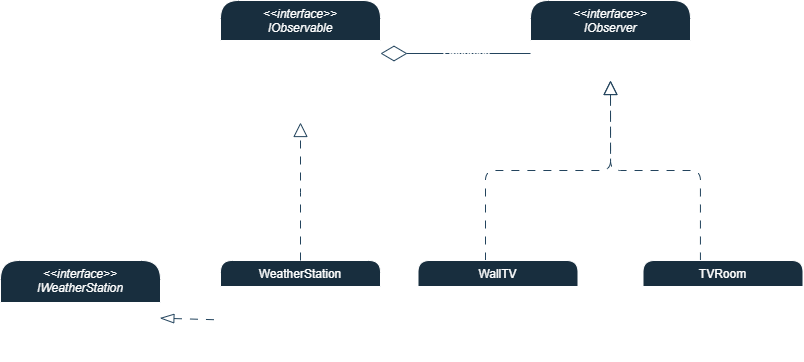
The draw.io diagram behavioral-patterns/observer/ObserverPattern.drawio.png in alipayan/Standard-Design-Patterns, before a commit. Source tidied: cells renumbered, new cells last; positions are measured from the earlier drawing's top-left corner, leaving out a move shared by most shapes.
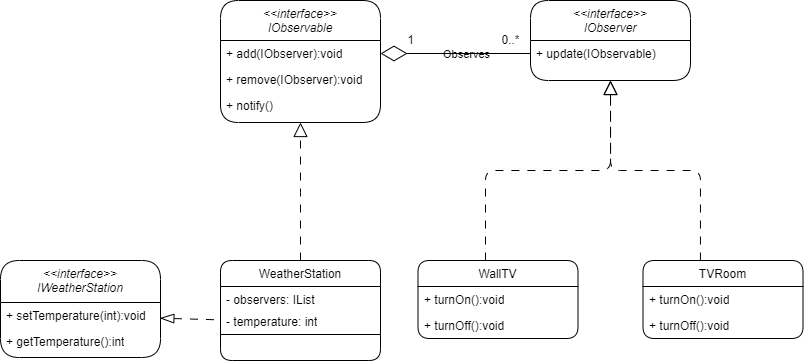
Above is the later version.

Diff of the diagram source:
```diff
@@ -2,7 +2,7 @@
   <root>
     <mxCell id="0" />
     <mxCell id="1" parent="0" />
-    <mxCell id="2" style="edgeStyle=orthogonalEdgeStyle;rounded=1;jettySize=auto;html=1;endArrow=block;endFill=0;curved=0;endSize=12;dashed=1;dashPattern=8 8;exitX=0.359;exitY=0;exitDx=0;exitDy=0;exitPerimeter=0;labelBackgroundColor=none;strokeColor=#23445D;fontColor=default;" parent="1" edge="1" source="3">
+    <mxCell id="2" style="edgeStyle=orthogonalEdgeStyle;rounded=1;jettySize=auto;html=1;endArrow=block;endFill=0;curved=0;endSize=12;dashed=1;dashPattern=8 8;exitX=0.359;exitY=0;exitDx=0;exitDy=0;exitPerimeter=0;labelBackgroundColor=none;fontColor=default;" parent="1" edge="1" source="3">
       <mxGeometry relative="1" as="geometry">
         <mxPoint x="610" y="80" as="targetPoint" />
         <Array as="points">
@@ -11,61 +11,61 @@
         </Array>
       </mxGeometry>
     </mxCell>
-    <mxCell id="3" value="TVRoom" style="swimlane;fontStyle=0;align=center;verticalAlign=top;horizontal=1;startSize=26;rounded=1;shadow=0;strokeWidth=1;labelBackgroundColor=none;fillColor=#182E3E;strokeColor=#FFFFFF;fontColor=#FFFFFF;" parent="1" vertex="1">
+    <mxCell id="3" value="TVRoom" style="swimlane;fontStyle=0;align=center;verticalAlign=top;horizontal=1;startSize=26;rounded=1;shadow=0;strokeWidth=1;labelBackgroundColor=none;" parent="1" vertex="1">
       <mxGeometry x="642.5" y="260" width="160" height="78" as="geometry" />
     </mxCell>
-    <mxCell id="4" value="+ turnOn():void" style="text;strokeColor=none;fillColor=none;align=left;verticalAlign=top;spacingLeft=4;spacingRight=4;overflow=hidden;whiteSpace=wrap;html=1;rounded=1;labelBackgroundColor=none;fontColor=#FFFFFF;" parent="3" vertex="1">
+    <mxCell id="4" value="+ turnOn():void" style="text;strokeColor=none;fillColor=none;align=left;verticalAlign=top;spacingLeft=4;spacingRight=4;overflow=hidden;whiteSpace=wrap;html=1;rounded=1;labelBackgroundColor=none;" parent="3" vertex="1">
       <mxGeometry y="26" width="160" height="26" as="geometry" />
     </mxCell>
-    <mxCell id="5" value="+ turnOff():void" style="text;strokeColor=none;fillColor=none;align=left;verticalAlign=top;spacingLeft=4;spacingRight=4;overflow=hidden;whiteSpace=wrap;html=1;rounded=1;labelBackgroundColor=none;fontColor=#FFFFFF;" parent="3" vertex="1">
+    <mxCell id="5" value="+ turnOff():void" style="text;strokeColor=none;fillColor=none;align=left;verticalAlign=top;spacingLeft=4;spacingRight=4;overflow=hidden;whiteSpace=wrap;html=1;rounded=1;labelBackgroundColor=none;" parent="3" vertex="1">
       <mxGeometry y="52" width="160" height="26" as="geometry" />
     </mxCell>
-    <mxCell id="6" value="&lt;&lt;interface&gt;&gt;&#10;IObservable" style="swimlane;fontStyle=2;align=center;verticalAlign=top;horizontal=1;startSize=40;rounded=1;shadow=0;strokeWidth=1;labelBackgroundColor=none;fillColor=#182E3E;strokeColor=#FFFFFF;fontColor=#FFFFFF;" parent="1" vertex="1">
+    <mxCell id="6" value="&lt;&lt;interface&gt;&gt;&#10;IObservable" style="swimlane;fontStyle=2;align=center;verticalAlign=top;horizontal=1;startSize=40;rounded=1;shadow=0;strokeWidth=1;labelBackgroundColor=none;" parent="1" vertex="1">
       <mxGeometry x="220" width="160" height="122" as="geometry" />
     </mxCell>
-    <mxCell id="7" value="+ add(IObserver):void&lt;div&gt;&lt;br&gt;&lt;/div&gt;&lt;div&gt;&lt;br&gt;&lt;/div&gt;" style="text;strokeColor=none;fillColor=none;align=left;verticalAlign=top;spacingLeft=4;spacingRight=4;overflow=hidden;points=[[0,0.5],[1,0.5]];portConstraint=eastwest;whiteSpace=wrap;html=1;rounded=1;labelBackgroundColor=none;fontColor=#FFFFFF;" parent="6" vertex="1">
+    <mxCell id="7" value="+ add(IObserver):void&lt;div&gt;&lt;br&gt;&lt;/div&gt;&lt;div&gt;&lt;br&gt;&lt;/div&gt;" style="text;strokeColor=none;fillColor=none;align=left;verticalAlign=top;spacingLeft=4;spacingRight=4;overflow=hidden;points=[[0,0.5],[1,0.5]];portConstraint=eastwest;whiteSpace=wrap;html=1;rounded=1;labelBackgroundColor=none;" parent="6" vertex="1">
       <mxGeometry y="40" width="160" height="26" as="geometry" />
     </mxCell>
-    <mxCell id="8" value="+ remove(IObserver):void" style="text;strokeColor=none;fillColor=none;align=left;verticalAlign=top;spacingLeft=4;spacingRight=4;overflow=hidden;whiteSpace=wrap;html=1;rounded=1;labelBackgroundColor=none;fontColor=#FFFFFF;" parent="6" vertex="1">
+    <mxCell id="8" value="+ remove(IObserver):void" style="text;strokeColor=none;fillColor=none;align=left;verticalAlign=top;spacingLeft=4;spacingRight=4;overflow=hidden;whiteSpace=wrap;html=1;rounded=1;labelBackgroundColor=none;" parent="6" vertex="1">
       <mxGeometry y="66" width="160" height="26" as="geometry" />
     </mxCell>
-    <mxCell id="9" value="+ notify()&lt;div&gt;&lt;br&gt;&lt;/div&gt;" style="text;strokeColor=none;fillColor=none;align=left;verticalAlign=top;spacingLeft=4;spacingRight=4;overflow=hidden;whiteSpace=wrap;html=1;rounded=1;labelBackgroundColor=none;fontColor=#FFFFFF;" parent="6" vertex="1">
+    <mxCell id="9" value="+ notify()&lt;div&gt;&lt;br&gt;&lt;/div&gt;" style="text;strokeColor=none;fillColor=none;align=left;verticalAlign=top;spacingLeft=4;spacingRight=4;overflow=hidden;whiteSpace=wrap;html=1;rounded=1;labelBackgroundColor=none;" parent="6" vertex="1">
       <mxGeometry y="92" width="160" height="26" as="geometry" />
     </mxCell>
-    <mxCell id="10" value="WeatherStation" style="swimlane;fontStyle=0;align=center;verticalAlign=top;horizontal=1;startSize=26;rounded=1;shadow=0;strokeWidth=1;labelBackgroundColor=none;fillColor=#182E3E;strokeColor=#FFFFFF;fontColor=#FFFFFF;" parent="1" vertex="1">
+    <mxCell id="10" value="WeatherStation" style="swimlane;fontStyle=0;align=center;verticalAlign=top;horizontal=1;startSize=26;rounded=1;shadow=0;strokeWidth=1;labelBackgroundColor=none;" parent="1" vertex="1">
       <mxGeometry x="220" y="260" width="160" height="100" as="geometry" />
     </mxCell>
-    <mxCell id="11" value="- observers: IList" style="text;strokeColor=none;fillColor=none;align=left;verticalAlign=top;spacingLeft=4;spacingRight=4;overflow=hidden;whiteSpace=wrap;html=1;rounded=1;labelBackgroundColor=none;fontColor=#FFFFFF;" parent="10" vertex="1">
+    <mxCell id="11" value="- observers: IList" style="text;strokeColor=none;fillColor=none;align=left;verticalAlign=top;spacingLeft=4;spacingRight=4;overflow=hidden;whiteSpace=wrap;html=1;rounded=1;labelBackgroundColor=none;" parent="10" vertex="1">
       <mxGeometry y="26" width="160" height="22" as="geometry" />
     </mxCell>
-    <mxCell id="12" value="- temperature: int" style="text;strokeColor=none;fillColor=none;align=left;verticalAlign=top;spacingLeft=4;spacingRight=4;overflow=hidden;whiteSpace=wrap;html=1;rounded=1;labelBackgroundColor=none;fontColor=#FFFFFF;" parent="10" vertex="1">
+    <mxCell id="12" value="- temperature: int" style="text;strokeColor=none;fillColor=none;align=left;verticalAlign=top;spacingLeft=4;spacingRight=4;overflow=hidden;whiteSpace=wrap;html=1;rounded=1;labelBackgroundColor=none;" parent="10" vertex="1">
       <mxGeometry y="48" width="160" height="22" as="geometry" />
     </mxCell>
-    <mxCell id="13" style="line;html=1;strokeWidth=1;align=left;verticalAlign=middle;spacingTop=-1;spacingLeft=3;spacingRight=3;labelPosition=right;rounded=1;labelBackgroundColor=none;fillColor=#182E3E;strokeColor=#FFFFFF;fontColor=#FFFFFF;" parent="10" vertex="1">
+    <mxCell id="13" style="line;html=1;strokeWidth=1;align=left;verticalAlign=middle;spacingTop=-1;spacingLeft=3;spacingRight=3;labelPosition=right;rounded=1;labelBackgroundColor=none;" parent="10" vertex="1">
       <mxGeometry y="70" width="160" height="8" as="geometry" />
     </mxCell>
-    <mxCell id="14" style="endArrow=block;endSize=12;endFill=0;shadow=0;strokeWidth=1;rounded=1;curved=0;edgeStyle=elbowEdgeStyle;elbow=vertical;dashed=1;dashPattern=8 8;labelBackgroundColor=none;strokeColor=#23445D;fontColor=default;" parent="1" edge="1" source="10" target="6">
+    <mxCell id="14" style="endArrow=block;endSize=12;endFill=0;shadow=0;strokeWidth=1;rounded=1;curved=0;edgeStyle=elbowEdgeStyle;elbow=vertical;dashed=1;dashPattern=8 8;labelBackgroundColor=none;fontColor=default;" parent="1" edge="1" source="10" target="6">
       <mxGeometry relative="1" as="geometry" />
     </mxCell>
-    <mxCell id="15" value="&lt;&lt;interface&gt;&gt;&#10;IObserver" style="swimlane;fontStyle=2;align=center;verticalAlign=top;horizontal=1;startSize=40;rounded=1;shadow=0;strokeWidth=1;labelBackgroundColor=none;fillColor=#182E3E;strokeColor=#FFFFFF;fontColor=#FFFFFF;" parent="1" vertex="1">
+    <mxCell id="15" value="&lt;&lt;interface&gt;&gt;&#10;IObserver" style="swimlane;fontStyle=2;align=center;verticalAlign=top;horizontal=1;startSize=40;rounded=1;shadow=0;strokeWidth=1;labelBackgroundColor=none;" parent="1" vertex="1">
       <mxGeometry x="530" width="160" height="80" as="geometry" />
     </mxCell>
-    <mxCell id="16" value="+ update(IObservable)" style="text;strokeColor=none;fillColor=none;align=left;verticalAlign=top;spacingLeft=4;spacingRight=4;overflow=hidden;points=[[0,0.5],[1,0.5]];portConstraint=eastwest;whiteSpace=wrap;html=1;rounded=1;labelBackgroundColor=none;fontColor=#FFFFFF;" parent="15" vertex="1">
+    <mxCell id="16" value="+ update(IObservable)" style="text;strokeColor=none;fillColor=none;align=left;verticalAlign=top;spacingLeft=4;spacingRight=4;overflow=hidden;points=[[0,0.5],[1,0.5]];portConstraint=eastwest;whiteSpace=wrap;html=1;rounded=1;labelBackgroundColor=none;" parent="15" vertex="1">
       <mxGeometry y="40" width="160" height="26" as="geometry" />
     </mxCell>
-    <mxCell id="17" style="endArrow=diamondThin;endFill=0;endSize=24;html=1;rounded=1;curved=0;exitX=0;exitY=0.5;exitDx=0;exitDy=0;verticalAlign=middle;align=center;entryX=1;entryY=0.5;entryDx=0;entryDy=0;labelBackgroundColor=none;strokeColor=#23445D;fontColor=default;" parent="1" edge="1" source="16" target="7">
+    <mxCell id="17" style="endArrow=diamondThin;endFill=0;endSize=24;html=1;rounded=1;curved=0;exitX=0;exitY=0.5;exitDx=0;exitDy=0;verticalAlign=middle;align=center;entryX=1;entryY=0.5;entryDx=0;entryDy=0;labelBackgroundColor=none;fontColor=default;" parent="1" edge="1" source="16" target="7">
       <mxGeometry relative="1" as="geometry" />
     </mxCell>
-    <mxCell id="18" value="Observes" style="edgeLabel;html=1;align=center;verticalAlign=middle;rounded=1;labelBackgroundColor=none;fontColor=#FFFFFF;" parent="17" vertex="1">
+    <mxCell id="18" value="Observes" style="edgeLabel;html=1;align=center;verticalAlign=middle;rounded=1;labelBackgroundColor=none;" parent="17" vertex="1">
       <mxGeometry x="-0.13" relative="1" as="geometry" />
     </mxCell>
-    <mxCell id="19" value="0..*" style="text;html=1;align=center;verticalAlign=middle;strokeColor=none;fillColor=none;rounded=1;labelBackgroundColor=none;fontColor=#FFFFFF;" parent="1" vertex="1">
+    <mxCell id="19" value="0..*" style="text;html=1;align=center;verticalAlign=middle;strokeColor=none;fillColor=none;rounded=1;labelBackgroundColor=none;" parent="1" vertex="1">
       <mxGeometry x="490" y="25" width="40" height="30" as="geometry" />
     </mxCell>
-    <mxCell id="20" value="1" style="text;html=1;align=center;verticalAlign=middle;strokeColor=none;fillColor=none;rounded=1;labelBackgroundColor=none;fontColor=#FFFFFF;" parent="1" vertex="1">
+    <mxCell id="20" value="1" style="text;html=1;align=center;verticalAlign=middle;strokeColor=none;fillColor=none;rounded=1;labelBackgroundColor=none;" parent="1" vertex="1">
       <mxGeometry x="395" y="25" width="30" height="30" as="geometry" />
     </mxCell>
-    <mxCell id="21" style="edgeStyle=orthogonalEdgeStyle;rounded=1;jettySize=auto;html=1;entryX=0.5;entryY=1;entryDx=0;entryDy=0;endArrow=block;endFill=0;endSize=12;curved=0;dashed=1;dashPattern=8 8;labelBackgroundColor=none;strokeColor=#23445D;fontColor=default;" parent="1" edge="1" source="22" target="15">
+    <mxCell id="21" style="edgeStyle=orthogonalEdgeStyle;rounded=1;jettySize=auto;html=1;entryX=0.5;entryY=1;entryDx=0;entryDy=0;endArrow=block;endFill=0;endSize=12;curved=0;dashed=1;dashPattern=8 8;labelBackgroundColor=none;fontColor=default;" parent="1" edge="1" source="22" target="15">
       <mxGeometry relative="1" as="geometry">
         <Array as="points">
           <mxPoint x="485" y="170" />
@@ -73,25 +73,25 @@
         </Array>
       </mxGeometry>
     </mxCell>
-    <mxCell id="22" value="WallTV" style="swimlane;fontStyle=0;align=center;verticalAlign=top;horizontal=1;startSize=26;rounded=1;shadow=0;strokeWidth=1;labelBackgroundColor=none;fillColor=#182E3E;strokeColor=#FFFFFF;fontColor=#FFFFFF;" parent="1" vertex="1">
+    <mxCell id="22" value="WallTV" style="swimlane;fontStyle=0;align=center;verticalAlign=top;horizontal=1;startSize=26;rounded=1;shadow=0;strokeWidth=1;labelBackgroundColor=none;" parent="1" vertex="1">
       <mxGeometry x="417.5" y="260" width="160" height="78" as="geometry" />
     </mxCell>
-    <mxCell id="23" value="+ turnOn():void" style="text;strokeColor=none;fillColor=none;align=left;verticalAlign=top;spacingLeft=4;spacingRight=4;overflow=hidden;whiteSpace=wrap;html=1;rounded=1;labelBackgroundColor=none;fontColor=#FFFFFF;" parent="22" vertex="1">
+    <mxCell id="23" value="+ turnOn():void" style="text;strokeColor=none;fillColor=none;align=left;verticalAlign=top;spacingLeft=4;spacingRight=4;overflow=hidden;whiteSpace=wrap;html=1;rounded=1;labelBackgroundColor=none;" parent="22" vertex="1">
       <mxGeometry y="26" width="160" height="26" as="geometry" />
     </mxCell>
-    <mxCell id="24" value="+ turnOff():void" style="text;strokeColor=none;fillColor=none;align=left;verticalAlign=top;spacingLeft=4;spacingRight=4;overflow=hidden;whiteSpace=wrap;html=1;rounded=1;labelBackgroundColor=none;fontColor=#FFFFFF;" parent="22" vertex="1">
+    <mxCell id="24" value="+ turnOff():void" style="text;strokeColor=none;fillColor=none;align=left;verticalAlign=top;spacingLeft=4;spacingRight=4;overflow=hidden;whiteSpace=wrap;html=1;rounded=1;labelBackgroundColor=none;" parent="22" vertex="1">
       <mxGeometry y="52" width="160" height="26" as="geometry" />
     </mxCell>
-    <mxCell id="25" value="&lt;&lt;interface&gt;&gt;&#10;IWeatherStation" style="swimlane;fontStyle=2;align=center;verticalAlign=top;horizontal=1;startSize=42;rounded=1;shadow=0;strokeWidth=1;labelBackgroundColor=none;fillColor=#182E3E;strokeColor=#FFFFFF;fontColor=#FFFFFF;" parent="1" vertex="1">
+    <mxCell id="25" value="&lt;&lt;interface&gt;&gt;&#10;IWeatherStation" style="swimlane;fontStyle=2;align=center;verticalAlign=top;horizontal=1;startSize=42;rounded=1;shadow=0;strokeWidth=1;labelBackgroundColor=none;" parent="1" vertex="1">
       <mxGeometry y="260" width="160" height="97" as="geometry" />
     </mxCell>
-    <mxCell id="26" value="+ setTemperature(int):void" style="text;strokeColor=none;fillColor=none;align=left;verticalAlign=top;spacingLeft=4;spacingRight=4;overflow=hidden;whiteSpace=wrap;html=1;rounded=1;labelBackgroundColor=none;fontColor=#FFFFFF;" parent="25" vertex="1">
+    <mxCell id="26" value="+ setTemperature(int):void" style="text;strokeColor=none;fillColor=none;align=left;verticalAlign=top;spacingLeft=4;spacingRight=4;overflow=hidden;whiteSpace=wrap;html=1;rounded=1;labelBackgroundColor=none;" parent="25" vertex="1">
       <mxGeometry y="42" width="160" height="26" as="geometry" />
     </mxCell>
-    <mxCell id="27" value="+ getTemperature():int" style="text;strokeColor=none;fillColor=none;align=left;verticalAlign=top;spacingLeft=4;spacingRight=4;overflow=hidden;whiteSpace=wrap;html=1;rounded=1;labelBackgroundColor=none;fontColor=#FFFFFF;" parent="25" vertex="1">
+    <mxCell id="27" value="+ getTemperature():int" style="text;strokeColor=none;fillColor=none;align=left;verticalAlign=top;spacingLeft=4;spacingRight=4;overflow=hidden;whiteSpace=wrap;html=1;rounded=1;labelBackgroundColor=none;" parent="25" vertex="1">
       <mxGeometry y="68" width="160" height="26" as="geometry" />
     </mxCell>
-    <mxCell id="28" style="rounded=1;orthogonalLoop=1;jettySize=auto;html=1;entryX=-0.007;entryY=0.075;entryDx=0;entryDy=0;entryPerimeter=0;endArrow=none;endFill=0;startArrow=blockThin;startFill=0;endSize=8;startSize=12;dashed=1;dashPattern=8 8;exitX=0.996;exitY=0.103;exitDx=0;exitDy=0;exitPerimeter=0;labelBackgroundColor=none;strokeColor=#23445D;fontColor=default;" parent="1" edge="1">
+    <mxCell id="28" style="rounded=1;orthogonalLoop=1;jettySize=auto;html=1;entryX=-0.007;entryY=0.075;entryDx=0;entryDy=0;entryPerimeter=0;endArrow=none;endFill=0;startArrow=blockThin;startFill=0;endSize=8;startSize=12;dashed=1;dashPattern=8 8;exitX=0.996;exitY=0.103;exitDx=0;exitDy=0;exitPerimeter=0;labelBackgroundColor=none;fontColor=default;" parent="1" edge="1">
       <mxGeometry relative="1" as="geometry">
         <mxPoint x="159.4" y="317.7" as="sourcePoint" />
         <mxPoint x="218.9" y="319.4" as="targetPoint" />
```
